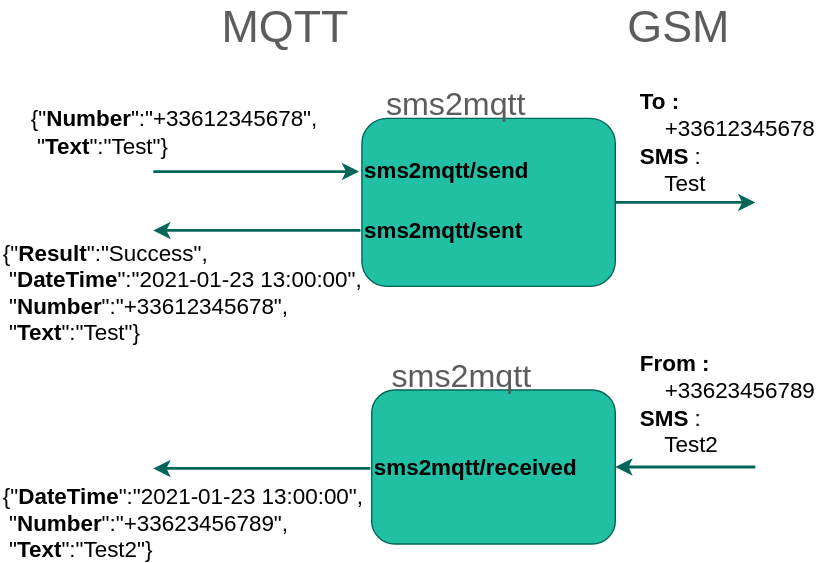
Before: diagram.svg, a diagram exported from draw.io (Domochip/sms2mqtt). Source tidied: cells renumbered, new cells last; positions are measured from the earlier drawing's top-left corner, leaving out a move shared by most shapes.
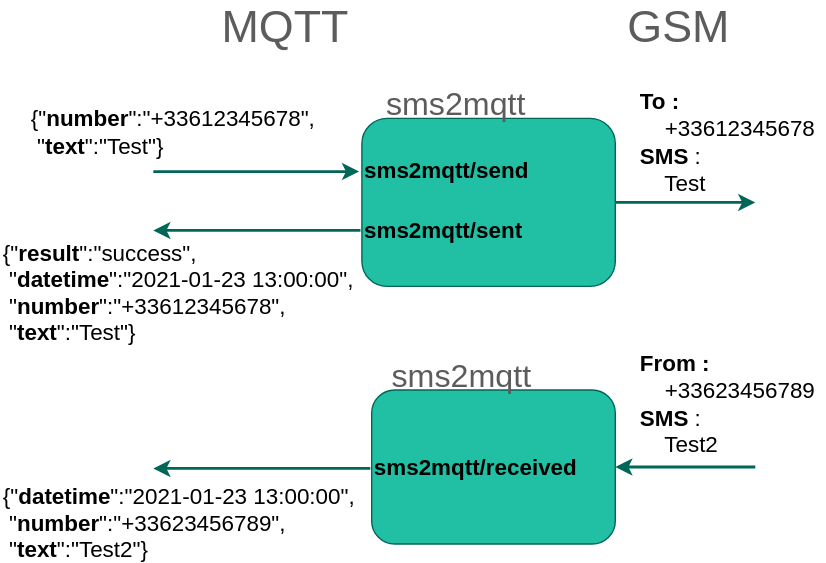
After the change.

What changed in the source:
```diff
@@ -22,13 +22,13 @@
     <mxCell id="6" value="&lt;font style=&quot;font-size: 32px&quot;&gt;GSM&lt;/font&gt;" style="text;html=1;align=center;verticalAlign=middle;fillColor=none;strokeColor=none;fontColor=#5C5C5C;rounded=1;" parent="1" vertex="1">
       <mxGeometry x="439" width="90" height="30" as="geometry" />
     </mxCell>
-    <mxCell id="7" value="&lt;div style=&quot;font-size: 16px&quot;&gt;&lt;/div&gt;&lt;font style=&quot;font-size: 16px&quot; color=&quot;#000000&quot;&gt;{&quot;&lt;b&gt;Number&lt;/b&gt;&quot;:&quot;+33612345678&quot;,&lt;/font&gt;&lt;div style=&quot;font-size: 16px&quot;&gt;&lt;font style=&quot;font-size: 16px&quot; color=&quot;#000000&quot;&gt;&lt;font style=&quot;font-size: 16px&quot;&gt;&amp;nbsp;&quot;&lt;b&gt;Text&lt;/b&gt;&quot;:&quot;Test&quot;&lt;/font&gt;}&lt;/font&gt;&lt;/div&gt;" style="text;html=1;align=left;verticalAlign=middle;fillColor=none;strokeColor=none;fontColor=#5C5C5C;rounded=1;" parent="1" vertex="1">
+    <mxCell id="7" value="&lt;div style=&quot;font-size: 16px&quot;&gt;&lt;/div&gt;&lt;font style=&quot;font-size: 16px&quot; color=&quot;#000000&quot;&gt;{&quot;&lt;b&gt;number&lt;/b&gt;&quot;:&quot;+33612345678&quot;,&lt;/font&gt;&lt;div style=&quot;font-size: 16px&quot;&gt;&lt;font style=&quot;font-size: 16px&quot; color=&quot;#000000&quot;&gt;&lt;font style=&quot;font-size: 16px&quot;&gt;&amp;nbsp;&quot;&lt;b&gt;text&lt;/b&gt;&quot;:&quot;Test&quot;&lt;/font&gt;}&lt;/font&gt;&lt;/div&gt;" style="text;html=1;align=left;verticalAlign=middle;fillColor=none;strokeColor=none;fontColor=#5C5C5C;rounded=1;" parent="1" vertex="1">
       <mxGeometry x="20" y="75" width="220" height="30" as="geometry" />
     </mxCell>
     <mxCell id="8" value="&lt;div style=&quot;text-align: left ; font-size: 16px&quot;&gt;&lt;b&gt;&lt;font style=&quot;font-size: 16px&quot; color=&quot;#000000&quot;&gt;To :&amp;nbsp;&lt;/font&gt;&lt;/b&gt;&lt;/div&gt;&lt;div style=&quot;text-align: left ; font-size: 16px&quot;&gt;&lt;span&gt;&lt;font style=&quot;font-size: 16px&quot; color=&quot;#000000&quot;&gt;&amp;nbsp; &amp;nbsp; +33612345678&lt;/font&gt;&lt;/span&gt;&lt;/div&gt;&lt;div style=&quot;text-align: left ; font-size: 16px&quot;&gt;&lt;span&gt;&lt;font style=&quot;font-size: 16px&quot; color=&quot;#000000&quot;&gt;&lt;b&gt;SMS &lt;/b&gt;:&amp;nbsp;&lt;/font&gt;&lt;/span&gt;&lt;/div&gt;&lt;div style=&quot;text-align: left ; font-size: 16px&quot;&gt;&lt;font style=&quot;font-size: 16px&quot; color=&quot;#000000&quot;&gt;&amp;nbsp; &amp;nbsp; Test&lt;/font&gt;&lt;/div&gt;" style="text;html=1;align=center;verticalAlign=middle;fillColor=none;strokeColor=none;fontColor=#5C5C5C;rounded=1;" parent="1" vertex="1">
       <mxGeometry x="449" y="67" width="140" height="60" as="geometry" />
     </mxCell>
-    <mxCell id="9" value="&lt;div style=&quot;font-size: 16px&quot;&gt;&lt;span style=&quot;color: rgb(0 , 0 , 0)&quot;&gt;{&quot;&lt;b&gt;Result&lt;/b&gt;&quot;:&quot;Success&quot;,&lt;/span&gt;&lt;br&gt;&lt;/div&gt;&lt;div style=&quot;font-size: 16px&quot;&gt;&lt;/div&gt;&lt;font style=&quot;font-size: 16px&quot; color=&quot;#000000&quot;&gt;&amp;nbsp;&quot;&lt;b&gt;DateTime&lt;/b&gt;&quot;:&quot;2021-01-23 13:00:00&quot;,&lt;br&gt;&amp;nbsp;&quot;&lt;b&gt;Number&lt;/b&gt;&quot;:&quot;+33612345678&quot;,&lt;br&gt;&lt;/font&gt;&lt;div style=&quot;font-size: 16px&quot;&gt;&lt;font style=&quot;font-size: 16px&quot; color=&quot;#000000&quot;&gt;&amp;nbsp;&quot;&lt;b&gt;Text&lt;/b&gt;&quot;:&quot;Test&quot;}&lt;/font&gt;&lt;/div&gt;&lt;span style=&quot;font-size: 16px&quot;&gt;&lt;br&gt;&lt;/span&gt;" style="text;html=1;align=left;verticalAlign=middle;fillColor=none;strokeColor=none;fontColor=#5C5C5C;rounded=1;" parent="1" vertex="1">
+    <mxCell id="9" value="&lt;div style=&quot;font-size: 16px&quot;&gt;&lt;span style=&quot;color: rgb(0 , 0 , 0)&quot;&gt;{&quot;&lt;b&gt;result&lt;/b&gt;&quot;:&quot;success&quot;,&lt;/span&gt;&lt;br&gt;&lt;/div&gt;&lt;div style=&quot;font-size: 16px&quot;&gt;&lt;/div&gt;&lt;font style=&quot;font-size: 16px&quot; color=&quot;#000000&quot;&gt;&amp;nbsp;&quot;&lt;b&gt;datetime&lt;/b&gt;&quot;:&quot;2021-01-23 13:00:00&quot;,&lt;br&gt;&amp;nbsp;&quot;&lt;b&gt;number&lt;/b&gt;&quot;:&quot;+33612345678&quot;,&lt;br&gt;&lt;/font&gt;&lt;div style=&quot;font-size: 16px&quot;&gt;&lt;font style=&quot;font-size: 16px&quot; color=&quot;#000000&quot;&gt;&amp;nbsp;&quot;&lt;b&gt;text&lt;/b&gt;&quot;:&quot;Test&quot;}&lt;/font&gt;&lt;/div&gt;&lt;span style=&quot;font-size: 16px&quot;&gt;&lt;br&gt;&lt;/span&gt;" style="text;html=1;align=left;verticalAlign=middle;fillColor=none;strokeColor=none;fontColor=#5C5C5C;rounded=1;" parent="1" vertex="1">
       <mxGeometry y="174" width="270" height="80" as="geometry" />
     </mxCell>
     <mxCell id="10" style="endArrow=classic;html=1;strokeColor=#006658;fontColor=#5C5C5C;strokeWidth=2;" parent="1" edge="1">
@@ -48,7 +48,7 @@
     <mxCell id="13" value="&lt;div style=&quot;text-align: left ; font-size: 16px&quot;&gt;&lt;b&gt;&lt;font style=&quot;font-size: 16px&quot; color=&quot;#000000&quot;&gt;From :&amp;nbsp;&lt;/font&gt;&lt;/b&gt;&lt;/div&gt;&lt;div style=&quot;text-align: left ; font-size: 16px&quot;&gt;&lt;span&gt;&lt;font style=&quot;font-size: 16px&quot; color=&quot;#000000&quot;&gt;&amp;nbsp; &amp;nbsp; +33623456789&lt;/font&gt;&lt;/span&gt;&lt;/div&gt;&lt;div style=&quot;text-align: left ; font-size: 16px&quot;&gt;&lt;span&gt;&lt;font style=&quot;font-size: 16px&quot; color=&quot;#000000&quot;&gt;&lt;b&gt;SMS &lt;/b&gt;:&amp;nbsp;&lt;/font&gt;&lt;/span&gt;&lt;/div&gt;&lt;div style=&quot;text-align: left ; font-size: 16px&quot;&gt;&lt;font style=&quot;font-size: 16px&quot; color=&quot;#000000&quot;&gt;&amp;nbsp; &amp;nbsp; Test2&lt;/font&gt;&lt;/div&gt;" style="text;html=1;align=center;verticalAlign=middle;fillColor=none;strokeColor=none;fontColor=#5C5C5C;rounded=1;" parent="1" vertex="1">
       <mxGeometry x="449" y="254" width="140" height="60" as="geometry" />
     </mxCell>
-    <mxCell id="14" value="&lt;div style=&quot;font-size: 16px&quot;&gt;&lt;/div&gt;&lt;font style=&quot;font-size: 16px&quot; color=&quot;#000000&quot;&gt;{&lt;/font&gt;&lt;span style=&quot;color: rgb(0 , 0 , 0) ; font-size: 16px&quot;&gt;&quot;&lt;/span&gt;&lt;b style=&quot;color: rgb(0 , 0 , 0) ; font-size: 16px&quot;&gt;DateTime&lt;/b&gt;&lt;span style=&quot;color: rgb(0 , 0 , 0) ; font-size: 16px&quot;&gt;&quot;:&quot;2021-01-23 13:00:00&quot;,&lt;/span&gt;&lt;font style=&quot;font-size: 16px&quot; color=&quot;#000000&quot;&gt;&lt;br&gt;&amp;nbsp;&quot;&lt;b&gt;Number&lt;/b&gt;&quot;:&quot;+33623456789&quot;,&lt;/font&gt;&lt;div style=&quot;font-size: 16px&quot;&gt;&lt;font style=&quot;font-size: 16px&quot; color=&quot;#000000&quot;&gt;&amp;nbsp;&quot;&lt;b&gt;Text&lt;/b&gt;&quot;:&quot;Test2&quot;&lt;/font&gt;&lt;span style=&quot;color: rgb(0 , 0 , 0)&quot;&gt;}&lt;/span&gt;&lt;/div&gt;" style="text;html=1;align=left;verticalAlign=middle;fillColor=none;strokeColor=none;fontColor=#5C5C5C;rounded=1;" parent="1" vertex="1">
+    <mxCell id="14" value="&lt;div style=&quot;font-size: 16px&quot;&gt;&lt;/div&gt;&lt;font style=&quot;font-size: 16px&quot; color=&quot;#000000&quot;&gt;{&lt;/font&gt;&lt;span style=&quot;color: rgb(0 , 0 , 0) ; font-size: 16px&quot;&gt;&quot;&lt;/span&gt;&lt;b style=&quot;color: rgb(0 , 0 , 0) ; font-size: 16px&quot;&gt;datetime&lt;/b&gt;&lt;span style=&quot;color: rgb(0 , 0 , 0) ; font-size: 16px&quot;&gt;&quot;:&quot;2021-01-23 13:00:00&quot;,&lt;/span&gt;&lt;font style=&quot;font-size: 16px&quot; color=&quot;#000000&quot;&gt;&lt;br&gt;&amp;nbsp;&quot;&lt;b&gt;number&lt;/b&gt;&quot;:&quot;+33623456789&quot;,&lt;/font&gt;&lt;div style=&quot;font-size: 16px&quot;&gt;&lt;font style=&quot;font-size: 16px&quot; color=&quot;#000000&quot;&gt;&amp;nbsp;&quot;&lt;b&gt;text&lt;/b&gt;&quot;:&quot;Test2&quot;&lt;/font&gt;&lt;span style=&quot;color: rgb(0 , 0 , 0)&quot;&gt;}&lt;/span&gt;&lt;/div&gt;" style="text;html=1;align=left;verticalAlign=middle;fillColor=none;strokeColor=none;fontColor=#5C5C5C;rounded=1;" parent="1" vertex="1">
       <mxGeometry y="344" width="270" height="50" as="geometry" />
     </mxCell>
     <mxCell id="15" style="endArrow=classic;html=1;strokeColor=#006658;fontColor=#5C5C5C;strokeWidth=2;" parent="1" edge="1">
```
